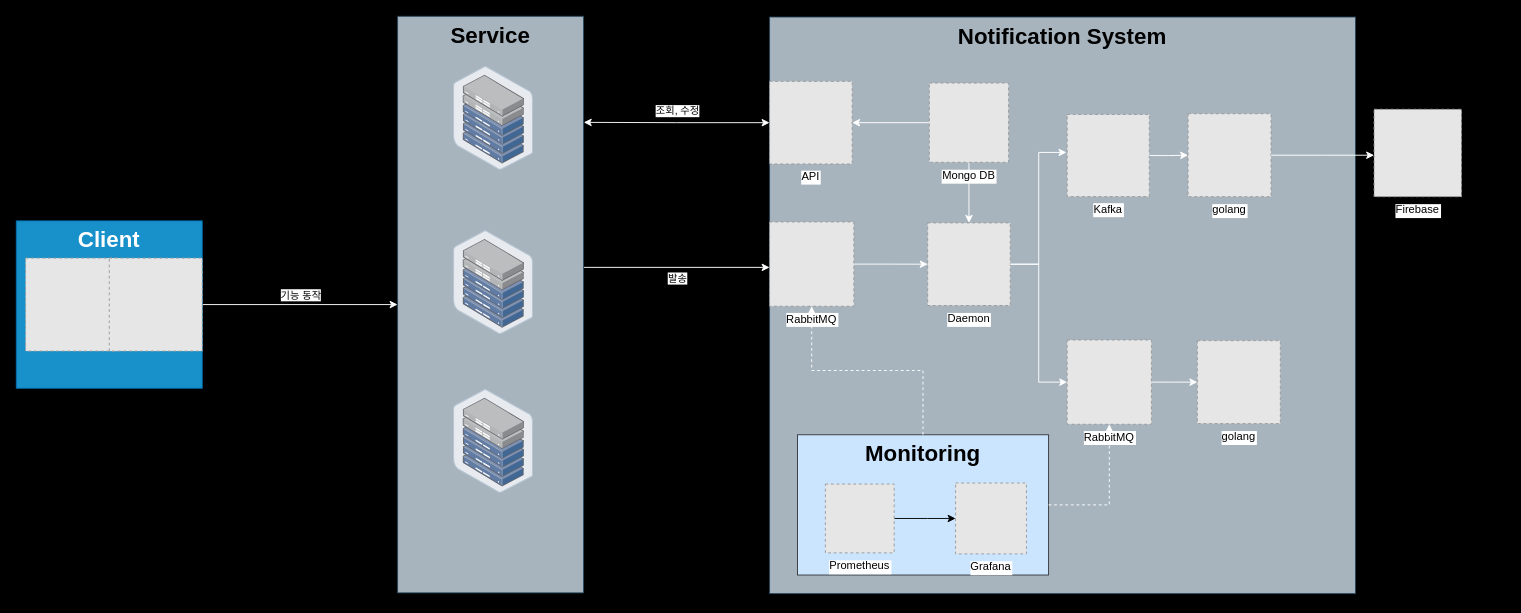
Earlier version of the draw.io diagram page "Page-1의 복사본" (2 of 2) of architecture/notification.drawio (TreeStone94/drawio). Source tidied: cells renumbered, new cells numbered last; positions are measured from the earlier drawing's top-left corner, leaving out a move shared by most shapes. Both pictures are drawn from the tidied source at 93%, with x=0, y=0 at pixel (16, 16). Pictures stored in the file or linked from it are replaced by grey dashed boxes.
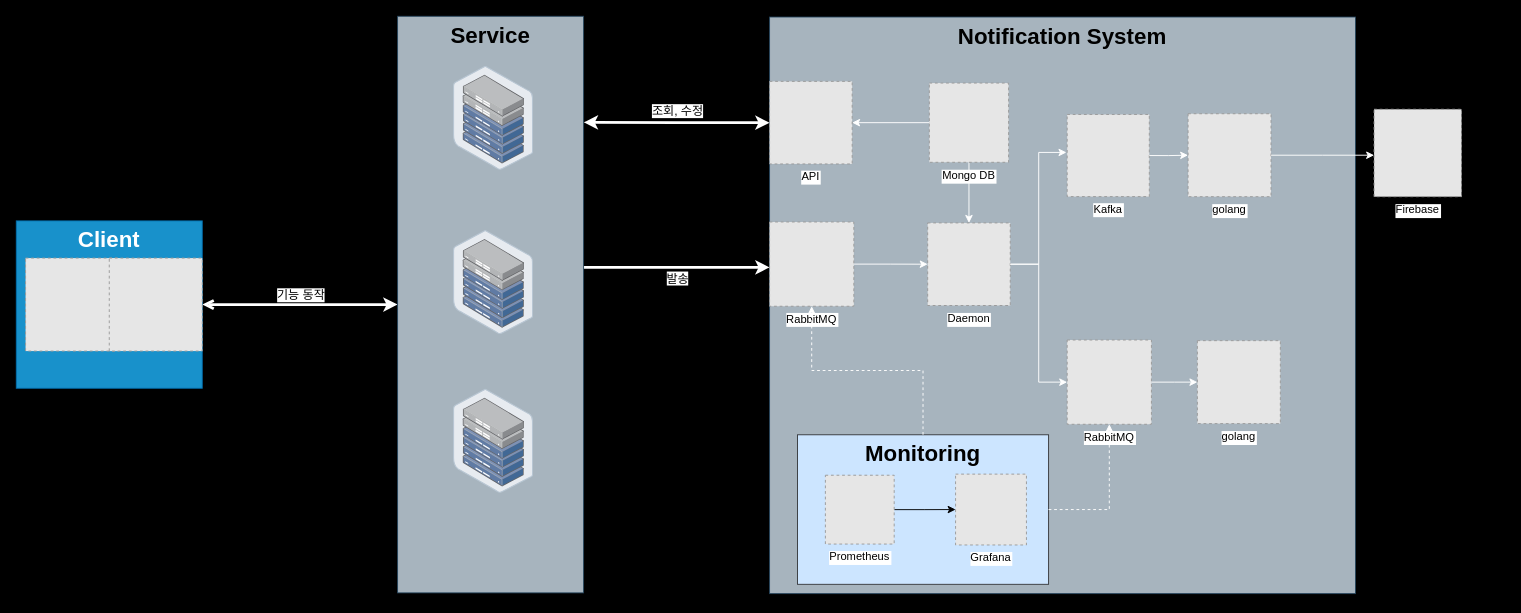
Above is the later version.

The change refers to these unchanged cells:
```xml
<mxCell id="6" value="https://blog.kakaocdn.net/dn/cBkKPC/btsGML2Pf9y/DmDvQns1Tja5TuEcNVext1/img.png" style="group;" parent="1" vertex="1">
  <mxGeometry x="810" y="0.8" width="790" height="620" as="geometry" />
</mxCell>
<mxCell id="8" value="API" style="fillColor=#E6E6E6;strokeColor=#999999;dashed=1;verticalLabelPosition=bottom;labelBackgroundColor=default;verticalAlign=top;" parent="6" vertex="1">
  <mxGeometry y="69.2" width="88.8" height="88.8" as="geometry" />
</mxCell>
<mxCell id="33" value="&lt;h1 style=&quot;margin-top: 0px;&quot;&gt;Service&lt;/h1&gt;" style="text;html=1;whiteSpace=wrap;overflow=hidden;rounded=0;fillColor=#bac8d3;strokeColor=#23445d;opacity=90;align=center;" parent="32" vertex="1">
  <mxGeometry width="200" height="620" as="geometry" />
</mxCell>
<mxCell id="38" value="&lt;h1 style=&quot;margin-top: 0px;&quot;&gt;Client&lt;/h1&gt;" style="text;html=1;whiteSpace=wrap;overflow=hidden;rounded=0;fillColor=#1ba1e2;fontColor=#ffffff;strokeColor=#006EAF;opacity=90;align=center;" parent="37" vertex="1">
  <mxGeometry width="200" height="180" as="geometry" />
</mxCell>
```

Change to the diagram source:
```diff
@@
-    <mxCell id="2" style="edgeStyle=orthogonalEdgeStyle;rounded=0;jettySize=auto;html=1;strokeColor=#FFFFFF;" parent="1" edge="1" source="38" target="33">
+    <mxCell id="2" style="edgeStyle=orthogonalEdgeStyle;rounded=0;jettySize=auto;html=1;strokeColor=#FFFFFF;strokeWidth=3;startArrow=open;startFill=0;" parent="1" edge="1" source="38" target="33">
       <mxGeometry relative="1" as="geometry" />
     </mxCell>
-    <mxCell id="3" value="기능 동작" style="edgeLabel;html=1;align=center;verticalAlign=middle;" parent="2" vertex="1">
+    <mxCell id="3" value="기능 동작" style="edgeLabel;html=1;align=center;verticalAlign=middle;fontSize=13;" parent="2" vertex="1">
       <mxGeometry relative="1" as="geometry">
         <mxPoint y="-11" as="offset" />
       </mxGeometry>
     </mxCell>
-    <mxCell id="4" style="rounded=0;orthogonalLoop=1;jettySize=auto;html=1;strokeColor=#FFFFFF;" parent="1" edge="1">
+    <mxCell id="4" style="rounded=0;orthogonalLoop=1;jettySize=auto;html=1;strokeColor=#FFFFFF;strokeWidth=3;" parent="1" edge="1">
       <mxGeometry relative="1" as="geometry">
         <mxPoint x="610" y="270" as="sourcePoint" />
         <mxPoint x="810" y="270" as="targetPoint" />
       </mxGeometry>
     </mxCell>
-    <mxCell id="5" value="발송" style="edgeLabel;html=1;align=center;verticalAlign=middle;" parent="4" vertex="1">
+    <mxCell id="5" value="발송" style="edgeLabel;html=1;align=center;verticalAlign=middle;fontSize=13;" parent="4" vertex="1">
       <mxGeometry relative="1" as="geometry">
         <mxPoint y="11" as="offset" />
       </mxGeometry>
     </mxCell>
@@
     <mxCell id="25" style="group;" parent="6" vertex="1">
-      <mxGeometry x="30" y="449.2" width="270" height="150.8" as="geometry" />
+      <mxGeometry x="30" y="449.2" width="270" height="160.8" as="geometry" />
     </mxCell>
     <mxCell id="26" value="&lt;h1 style=&quot;margin-top: 0px;&quot;&gt;Monitoring&lt;/h1&gt;" style="text;html=1;whiteSpace=wrap;overflow=hidden;rounded=0;align=center;fillColor=#cce5ff;strokeColor=#36393d;" parent="25" vertex="1">
-      <mxGeometry width="270" height="150.8" as="geometry" />
+      <mxGeometry width="270" height="160.8" as="geometry" />
     </mxCell>
     <mxCell id="27" value="Grafana" style="fillColor=#E6E6E6;strokeColor=#999999;dashed=1;verticalLabelPosition=bottom;labelBackgroundColor=default;verticalAlign=top;" parent="25" vertex="1">
-      <mxGeometry x="170" y="51.9" width="76.2" height="76.2" as="geometry" />
+      <mxGeometry x="170" y="42.3" width="76.2" height="76.2" as="geometry" />
     </mxCell>
-    <mxCell id="28" style="edgeStyle=orthogonalEdgeStyle;rounded=0;jettySize=auto;html=1;exitX=1;exitY=0.5;exitDx=0;exitDy=0;strokeColor=#000000;" parent="25" edge="1" source="29" target="27">
-      <mxGeometry relative="1" as="geometry">
-        <Array as="points">
-          <mxPoint x="140" y="90" />
-          <mxPoint x="140" y="90" />
-        </Array>
-      </mxGeometry>
+    <mxCell id="28" style="edgeStyle=orthogonalEdgeStyle;rounded=0;jettySize=auto;html=1;exitX=1;exitY=0.5;exitDx=0;exitDy=0;" parent="25" edge="1" source="29" target="27">
+      <mxGeometry relative="1" as="geometry" />
     </mxCell>
     <mxCell id="29" value="Prometheus" style="fillColor=#E6E6E6;strokeColor=#999999;dashed=1;verticalLabelPosition=bottom;labelBackgroundColor=default;verticalAlign=top;" parent="25" vertex="1">
-      <mxGeometry x="30" y="53" width="74" height="74" as="geometry" />
+      <mxGeometry x="30" y="43.5" width="74" height="74" as="geometry" />
     </mxCell>
@@
-    <mxCell id="41" style="edgeStyle=orthogonalEdgeStyle;rounded=0;jettySize=auto;html=1;exitX=0;exitY=0.5;exitDx=0;exitDy=0;entryX=1.001;entryY=0.184;entryDx=0;entryDy=0;entryPerimeter=0;strokeColor=#FFFFFF;startArrow=classic;startFill=1;" parent="1" edge="1" source="8" target="33">
+    <mxCell id="41" style="edgeStyle=orthogonalEdgeStyle;rounded=0;jettySize=auto;html=1;exitX=0;exitY=0.5;exitDx=0;exitDy=0;entryX=1.001;entryY=0.184;entryDx=0;entryDy=0;entryPerimeter=0;strokeColor=#FFFFFF;startArrow=classic;startFill=1;strokeWidth=3;" parent="1" edge="1" source="8" target="33">
       <mxGeometry relative="1" as="geometry" />
     </mxCell>
-    <mxCell id="42" value="조회, 수정" style="edgeLabel;html=1;align=center;verticalAlign=middle;" parent="41" vertex="1">
+    <mxCell id="42" value="조회, 수정" style="edgeLabel;html=1;align=center;verticalAlign=middle;labelBackgroundColor=default;fontSize=13;" parent="41" vertex="1">
       <mxGeometry y="-2" relative="1" as="geometry">
         <mxPoint y="-11" as="offset" />
       </mxGeometry>
     </mxCell>
```
